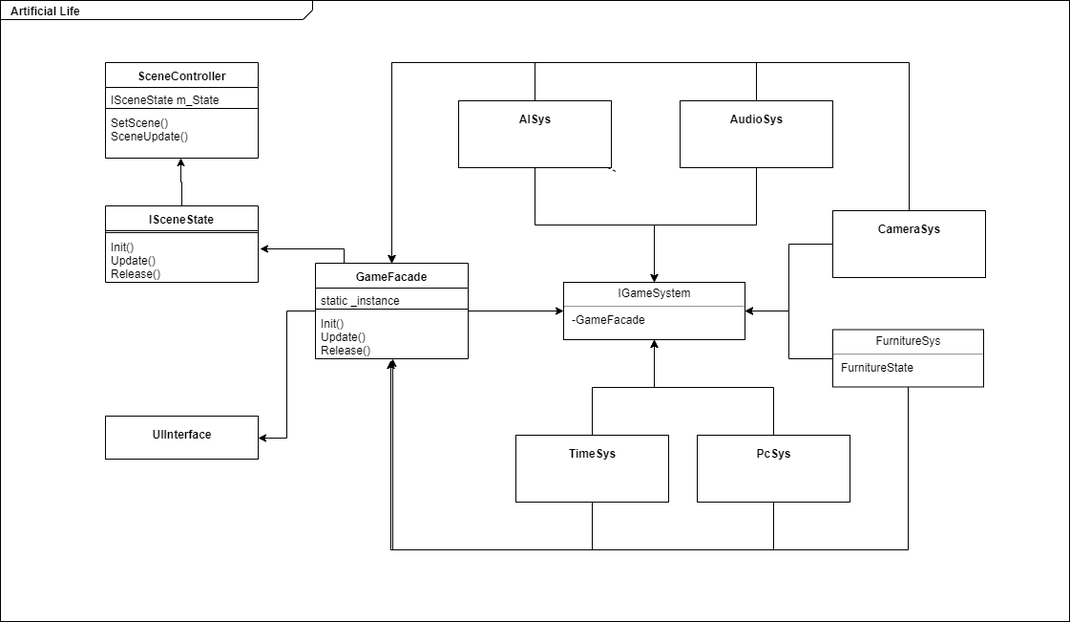
Above: Demo_Room_UML.png in iamlivehaha/Artificial-Life (draw.io), before the change. Source tidied: cells renumbered, new cells last; positions are measured from the earlier drawing's top-left corner, leaving out a move shared by most shapes. Source of this version:
```xml
<mxGraphModel>
  <root>
    <mxCell id="0" style="html=1;" />
    <mxCell id="1" style="html=1;" parent="0" />
    <mxCell id="2" value="&lt;p style=&quot;margin: 0px ; margin-top: 4px ; margin-left: 10px ; text-align: left&quot;&gt;&lt;b&gt;Artificial Life&lt;/b&gt;&lt;/p&gt;" style="html=1;strokeWidth=1;shape=mxgraph.sysml.package;html=1;overflow=fill;whiteSpace=wrap;fillColor=none;gradientColor=none;fontSize=12;align=center;labelX=327.64;" parent="1" vertex="1">
      <mxGeometry width="1120" height="650" as="geometry" />
    </mxCell>
    <mxCell id="3" value="&lt;p&gt;UIInterface&lt;/p&gt;" style="shape=rect;html=1;overflow=fill;whiteSpace=wrap;align=center;fontStyle=1;" parent="1" vertex="1">
      <mxGeometry x="110" y="435" width="160" height="45" as="geometry" />
    </mxCell>
    <mxCell id="4" style="edgeStyle=orthogonalEdgeStyle;rounded=0;jettySize=auto;html=1;entryX=0.494;entryY=1.038;entryDx=0;entryDy=0;entryPerimeter=0;" parent="1" edge="1" source="6" target="30">
      <mxGeometry relative="1" as="geometry">
        <Array as="points">
          <mxPoint x="810" y="575" />
          <mxPoint x="409" y="575" />
        </Array>
      </mxGeometry>
    </mxCell>
    <mxCell id="5" style="edgeStyle=orthogonalEdgeStyle;rounded=0;jettySize=auto;html=1;entryX=0.5;entryY=1;entryDx=0;entryDy=0;" parent="1" edge="1" source="6" target="11">
      <mxGeometry relative="1" as="geometry" />
    </mxCell>
    <mxCell id="6" value="&lt;p&gt;PcSys&lt;/p&gt;" style="shape=rect;html=1;overflow=fill;whiteSpace=wrap;align=center;fontStyle=1;" parent="1" vertex="1">
      <mxGeometry x="730" y="455" width="160" height="70" as="geometry" />
    </mxCell>
    <mxCell id="7" style="edgeStyle=none;rounded=0;html=1;dashed=1;endArrow=none;endFill=0;jettySize=auto;" parent="1" edge="1" source="10">
      <mxGeometry relative="1" as="geometry">
        <mxPoint x="647" y="180" as="targetPoint" />
      </mxGeometry>
    </mxCell>
    <mxCell id="8" style="edgeStyle=orthogonalEdgeStyle;rounded=0;jettySize=auto;html=1;entryX=0.5;entryY=0;entryDx=0;entryDy=0;" parent="1" edge="1" source="10" target="27">
      <mxGeometry relative="1" as="geometry">
        <Array as="points">
          <mxPoint x="560" y="65" />
          <mxPoint x="410" y="65" />
        </Array>
      </mxGeometry>
    </mxCell>
    <mxCell id="9" style="edgeStyle=orthogonalEdgeStyle;rounded=0;jettySize=auto;html=1;entryX=0.5;entryY=0;entryDx=0;entryDy=0;" parent="1" edge="1" source="10" target="11">
      <mxGeometry relative="1" as="geometry" />
    </mxCell>
    <mxCell id="10" value="&lt;p&gt;AISys&lt;/p&gt;" style="shape=rect;html=1;overflow=fill;whiteSpace=wrap;align=center;fontStyle=1;" parent="1" vertex="1">
      <mxGeometry x="480" y="105" width="160" height="70" as="geometry" />
    </mxCell>
    <mxCell id="11" value="&lt;p style=&quot;margin: 0px ; margin-top: 4px ; text-align: center&quot;&gt;IGameSystem&lt;/p&gt;&lt;hr&gt;&lt;p style=&quot;margin: 0px ; margin-left: 8px ; text-align: left&quot;&gt;-GameFacade&lt;/p&gt;" style="shape=rect;html=1;overflow=fill;whiteSpace=wrap;" parent="1" vertex="1">
      <mxGeometry x="590" y="295" width="190" height="60" as="geometry" />
    </mxCell>
    <mxCell id="12" style="edgeStyle=orthogonalEdgeStyle;rounded=0;jettySize=auto;html=1;entryX=0.5;entryY=0;entryDx=0;entryDy=0;" parent="1" edge="1" source="14" target="27">
      <mxGeometry relative="1" as="geometry">
        <Array as="points">
          <mxPoint x="792" y="65" />
          <mxPoint x="410" y="65" />
        </Array>
      </mxGeometry>
    </mxCell>
    <mxCell id="13" style="edgeStyle=orthogonalEdgeStyle;rounded=0;jettySize=auto;html=1;entryX=0.5;entryY=0;entryDx=0;entryDy=0;" parent="1" edge="1" source="14" target="11">
      <mxGeometry relative="1" as="geometry" />
    </mxCell>
    <mxCell id="14" value="&lt;p&gt;AudioSys&lt;/p&gt;" style="shape=rect;html=1;overflow=fill;whiteSpace=wrap;align=center;fontStyle=1;" parent="1" vertex="1">
      <mxGeometry x="712" y="105" width="160" height="70" as="geometry" />
    </mxCell>
    <mxCell id="15" style="edgeStyle=orthogonalEdgeStyle;rounded=0;jettySize=auto;html=1;entryX=0.5;entryY=0;entryDx=0;entryDy=0;" parent="1" edge="1" source="17" target="27">
      <mxGeometry relative="1" as="geometry">
        <Array as="points">
          <mxPoint x="952" y="65" />
          <mxPoint x="410" y="65" />
        </Array>
      </mxGeometry>
    </mxCell>
    <mxCell id="16" style="edgeStyle=orthogonalEdgeStyle;rounded=0;jettySize=auto;html=1;entryX=1;entryY=0.5;entryDx=0;entryDy=0;" parent="1" edge="1" source="17" target="11">
      <mxGeometry relative="1" as="geometry" />
    </mxCell>
    <mxCell id="17" value="&lt;p&gt;CameraSys&lt;/p&gt;" style="shape=rect;html=1;overflow=fill;whiteSpace=wrap;align=center;fontStyle=1;" parent="1" vertex="1">
      <mxGeometry x="872" y="220" width="160" height="70" as="geometry" />
    </mxCell>
    <mxCell id="18" style="edgeStyle=orthogonalEdgeStyle;rounded=0;jettySize=auto;html=1;entryX=0.494;entryY=1.038;entryDx=0;entryDy=0;entryPerimeter=0;" parent="1" edge="1" source="20" target="30">
      <mxGeometry relative="1" as="geometry">
        <Array as="points">
          <mxPoint x="620" y="575" />
          <mxPoint x="409" y="575" />
        </Array>
      </mxGeometry>
    </mxCell>
    <mxCell id="19" style="edgeStyle=orthogonalEdgeStyle;rounded=0;jettySize=auto;html=1;entryX=0.5;entryY=1;entryDx=0;entryDy=0;" parent="1" edge="1" source="20" target="11">
      <mxGeometry relative="1" as="geometry" />
    </mxCell>
    <mxCell id="20" value="&lt;p&gt;TimeSys&lt;/p&gt;" style="shape=rect;html=1;overflow=fill;whiteSpace=wrap;align=center;fontStyle=1;flipH=0;flipV=0;" parent="1" vertex="1">
      <mxGeometry x="540" y="455" width="160" height="70" as="geometry" />
    </mxCell>
    <mxCell id="21" style="edgeStyle=orthogonalEdgeStyle;rounded=0;jettySize=auto;html=1;entryX=0.506;entryY=1;entryDx=0;entryDy=0;entryPerimeter=0;" parent="1" edge="1" source="23" target="30">
      <mxGeometry relative="1" as="geometry">
        <Array as="points">
          <mxPoint x="951" y="575" />
          <mxPoint x="411" y="575" />
        </Array>
      </mxGeometry>
    </mxCell>
    <mxCell id="22" style="edgeStyle=orthogonalEdgeStyle;rounded=0;jettySize=auto;html=1;entryX=1;entryY=0.5;entryDx=0;entryDy=0;" parent="1" edge="1" source="23" target="11">
      <mxGeometry relative="1" as="geometry" />
    </mxCell>
    <mxCell id="23" value="&lt;p style=&quot;margin: 0px ; margin-top: 4px ; text-align: center&quot;&gt;FurnitureSys&lt;/p&gt;&lt;hr&gt;&lt;p style=&quot;margin: 0px ; margin-left: 8px ; text-align: left&quot;&gt;FurnitureState&lt;/p&gt;" style="shape=rect;html=1;overflow=fill;whiteSpace=wrap;" parent="1" vertex="1">
      <mxGeometry x="872" y="344.5" width="158" height="60" as="geometry" />
    </mxCell>
    <mxCell id="24" style="edgeStyle=orthogonalEdgeStyle;rounded=0;jettySize=auto;html=1;entryX=0;entryY=0.5;entryDx=0;entryDy=0;" parent="1" edge="1" source="27" target="11">
      <mxGeometry relative="1" as="geometry" />
    </mxCell>
    <mxCell id="25" style="edgeStyle=orthogonalEdgeStyle;rounded=0;jettySize=auto;html=1;entryX=1;entryY=0.5;entryDx=0;entryDy=0;" parent="1" edge="1" source="27" target="3">
      <mxGeometry relative="1" as="geometry" />
    </mxCell>
    <mxCell id="26" style="edgeStyle=orthogonalEdgeStyle;rounded=0;jettySize=auto;html=1;entryX=1.013;entryY=0.3;entryDx=0;entryDy=0;entryPerimeter=0;" parent="1" edge="1" source="27" target="38">
      <mxGeometry relative="1" as="geometry">
        <Array as="points">
          <mxPoint x="360" y="260" />
        </Array>
      </mxGeometry>
    </mxCell>
    <mxCell id="27" value="GameFacade" style="swimlane;fontStyle=1;align=center;verticalAlign=top;horizontal=1;startSize=26;" parent="1" vertex="1">
      <mxGeometry x="330" y="275" width="160" height="100" as="geometry" />
    </mxCell>
    <mxCell id="28" value="static _instance" style="text;strokeColor=none;fillColor=none;align=left;verticalAlign=top;spacingLeft=4;spacingRight=4;overflow=hidden;" parent="27" vertex="1">
      <mxGeometry y="26" width="160" height="20" as="geometry" />
    </mxCell>
    <mxCell id="29" style="line;strokeWidth=1;fillColor=none;align=left;verticalAlign=middle;spacingTop=-1;spacingLeft=3;spacingRight=3;labelPosition=right;flipH=0;flipV=1;" parent="27" vertex="1">
      <mxGeometry y="46" width="160" height="4" as="geometry" />
    </mxCell>
    <mxCell id="30" value="Init()&#10;Update()&#10;Release()" style="text;strokeColor=none;fillColor=none;align=left;verticalAlign=top;spacingLeft=4;spacingRight=4;overflow=hidden;points=[[0,0.5],[1,0.5]];portConstraint=eastwest;" parent="27" vertex="1">
      <mxGeometry y="50" width="160" height="50" as="geometry" />
    </mxCell>
    <mxCell id="31" value="SceneController" style="swimlane;fontStyle=1;align=center;verticalAlign=top;horizontal=1;startSize=26;" parent="1" vertex="1">
      <mxGeometry x="110" y="65" width="160" height="100" as="geometry" />
    </mxCell>
    <mxCell id="32" value="ISceneState m_State" style="text;strokeColor=none;fillColor=none;align=left;verticalAlign=top;spacingLeft=4;spacingRight=4;overflow=hidden;" parent="31" vertex="1">
      <mxGeometry y="26" width="160" height="20" as="geometry" />
    </mxCell>
    <mxCell id="33" style="line;strokeWidth=1;fillColor=none;align=left;verticalAlign=middle;spacingTop=-1;spacingLeft=3;spacingRight=3;labelPosition=right;flipH=0;flipV=1;" parent="31" vertex="1">
      <mxGeometry y="46" width="160" height="4" as="geometry" />
    </mxCell>
    <mxCell id="34" value="SetScene()&#10;SceneUpdate()" style="text;strokeColor=none;fillColor=none;align=left;verticalAlign=top;spacingLeft=4;spacingRight=4;overflow=hidden;points=[[0,0.5],[1,0.5]];portConstraint=eastwest;" parent="31" vertex="1">
      <mxGeometry y="50" width="160" height="50" as="geometry" />
    </mxCell>
    <mxCell id="35" style="edgeStyle=orthogonalEdgeStyle;rounded=0;jettySize=auto;html=1;entryX=0.494;entryY=1;entryDx=0;entryDy=0;entryPerimeter=0;" parent="1" edge="1" source="36" target="34">
      <mxGeometry relative="1" as="geometry" />
    </mxCell>
    <mxCell id="36" value="ISceneState" style="swimlane;fontStyle=1;align=center;verticalAlign=top;horizontal=1;startSize=26;" parent="1" vertex="1">
      <mxGeometry x="110" y="215" width="160" height="80" as="geometry" />
    </mxCell>
    <mxCell id="37" style="line;strokeWidth=1;fillColor=none;align=left;verticalAlign=middle;spacingTop=-1;spacingLeft=3;spacingRight=3;labelPosition=right;flipH=0;flipV=1;" parent="36" vertex="1">
      <mxGeometry y="26" width="160" height="4" as="geometry" />
    </mxCell>
    <mxCell id="38" value="Init()&#10;Update()&#10;Release()" style="text;strokeColor=none;fillColor=none;align=left;verticalAlign=top;spacingLeft=4;spacingRight=4;overflow=hidden;points=[[0,0.5],[1,0.5]];portConstraint=eastwest;" parent="36" vertex="1">
      <mxGeometry y="30" width="160" height="50" as="geometry" />
    </mxCell>
  </root>
</mxGraphModel>
```
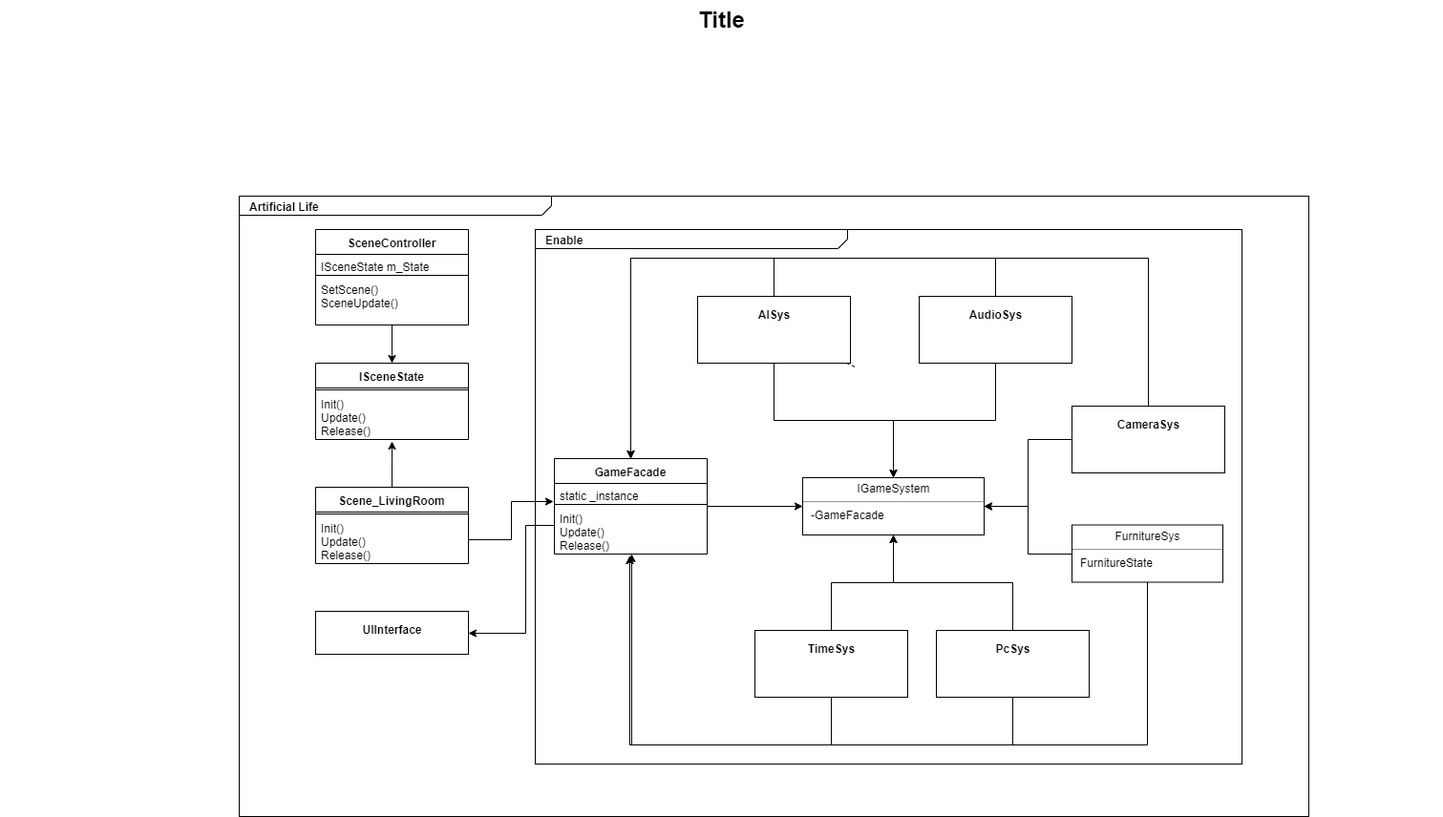
After the change.

What changed in the source:
```diff
@@ -2,11 +2,14 @@
   <root>
     <mxCell id="0" style="html=1;" />
     <mxCell id="1" style="html=1;" parent="0" />
+    <mxCell id="39" value="&lt;p style=&quot;margin: 0px ; margin-top: 4px ; margin-left: 10px ; text-align: left&quot;&gt;&lt;b style=&quot;line-height: 90%&quot;&gt;Enable&lt;/b&gt;&lt;/p&gt;" style="html=1;strokeWidth=1;shape=mxgraph.sysml.package;html=1;overflow=fill;whiteSpace=wrap;fillColor=none;gradientColor=none;fontSize=12;align=center;labelX=327.64;" parent="1" vertex="1">
+      <mxGeometry x="310" y="35" width="740" height="560" as="geometry" />
+    </mxCell>
     <mxCell id="2" value="&lt;p style=&quot;margin: 0px ; margin-top: 4px ; margin-left: 10px ; text-align: left&quot;&gt;&lt;b&gt;Artificial Life&lt;/b&gt;&lt;/p&gt;" style="html=1;strokeWidth=1;shape=mxgraph.sysml.package;html=1;overflow=fill;whiteSpace=wrap;fillColor=none;gradientColor=none;fontSize=12;align=center;labelX=327.64;" parent="1" vertex="1">
       <mxGeometry width="1120" height="650" as="geometry" />
     </mxCell>
     <mxCell id="3" value="&lt;p&gt;UIInterface&lt;/p&gt;" style="shape=rect;html=1;overflow=fill;whiteSpace=wrap;align=center;fontStyle=1;" parent="1" vertex="1">
-      <mxGeometry x="110" y="435" width="160" height="45" as="geometry" />
+      <mxGeometry x="80" y="435" width="160" height="45" as="geometry" />
     </mxCell>
     <mxCell id="4" style="edgeStyle=orthogonalEdgeStyle;rounded=0;jettySize=auto;html=1;entryX=0.494;entryY=1.038;entryDx=0;entryDy=0;entryPerimeter=0;" parent="1" edge="1" source="6" target="30">
       <mxGeometry relative="1" as="geometry">
@@ -41,6 +44,9 @@
     <mxCell id="10" value="&lt;p&gt;AISys&lt;/p&gt;" style="shape=rect;html=1;overflow=fill;whiteSpace=wrap;align=center;fontStyle=1;" parent="1" vertex="1">
       <mxGeometry x="480" y="105" width="160" height="70" as="geometry" />
     </mxCell>
+    <mxCell id="40" value="Title" style="text;strokeColor=none;fillColor=none;html=1;fontSize=24;fontStyle=1;verticalAlign=middle;align=center;" parent="1" vertex="1">
+      <mxGeometry x="-250" y="-205" width="1510" height="40" as="geometry" />
+    </mxCell>
     <mxCell id="11" value="&lt;p style=&quot;margin: 0px ; margin-top: 4px ; text-align: center&quot;&gt;IGameSystem&lt;/p&gt;&lt;hr&gt;&lt;p style=&quot;margin: 0px ; margin-left: 8px ; text-align: left&quot;&gt;-GameFacade&lt;/p&gt;" style="shape=rect;html=1;overflow=fill;whiteSpace=wrap;" parent="1" vertex="1">
       <mxGeometry x="590" y="295" width="190" height="60" as="geometry" />
     </mxCell>
@@ -104,15 +110,13 @@
       <mxGeometry relative="1" as="geometry" />
     </mxCell>
     <mxCell id="25" style="edgeStyle=orthogonalEdgeStyle;rounded=0;jettySize=auto;html=1;entryX=1;entryY=0.5;entryDx=0;entryDy=0;" parent="1" edge="1" source="27" target="3">
-      <mxGeometry relative="1" as="geometry" />
+      <mxGeometry relative="1" as="geometry">
+        <Array as="points">
+          <mxPoint x="300" y="345" />
+          <mxPoint x="300" y="458" />
+        </Array>
+      </mxGeometry>
     </mxCell>
-    <mxCell id="26" style="edgeStyle=orthogonalEdgeStyle;rounded=0;jettySize=auto;html=1;entryX=1.013;entryY=0.3;entryDx=0;entryDy=0;entryPerimeter=0;" parent="1" edge="1" source="27" target="38">
-      <mxGeometry relative="1" as="geometry">
-        <Array as="points">
-          <mxPoint x="360" y="260" />
-        </Array>
-      </mxGeometry>
-    </mxCell>
     <mxCell id="27" value="GameFacade" style="swimlane;fontStyle=1;align=center;verticalAlign=top;horizontal=1;startSize=26;" parent="1" vertex="1">
       <mxGeometry x="330" y="275" width="160" height="100" as="geometry" />
     </mxCell>
@@ -125,8 +129,11 @@
     <mxCell id="30" value="Init()&#10;Update()&#10;Release()" style="text;strokeColor=none;fillColor=none;align=left;verticalAlign=top;spacingLeft=4;spacingRight=4;overflow=hidden;points=[[0,0.5],[1,0.5]];portConstraint=eastwest;" parent="27" vertex="1">
       <mxGeometry y="50" width="160" height="50" as="geometry" />
     </mxCell>
+    <mxCell id="41" style="edgeStyle=orthogonalEdgeStyle;rounded=0;jettySize=auto;html=1;entryX=0.5;entryY=0;entryDx=0;entryDy=0;" parent="1" edge="1" source="31" target="36">
+      <mxGeometry relative="1" as="geometry" />
+    </mxCell>
     <mxCell id="31" value="SceneController" style="swimlane;fontStyle=1;align=center;verticalAlign=top;horizontal=1;startSize=26;" parent="1" vertex="1">
-      <mxGeometry x="110" y="65" width="160" height="100" as="geometry" />
+      <mxGeometry x="80" y="35" width="160" height="100" as="geometry" />
     </mxCell>
     <mxCell id="32" value="ISceneState m_State" style="text;strokeColor=none;fillColor=none;align=left;verticalAlign=top;spacingLeft=4;spacingRight=4;overflow=hidden;" parent="31" vertex="1">
       <mxGeometry y="26" width="160" height="20" as="geometry" />
@@ -137,11 +144,8 @@
     <mxCell id="34" value="SetScene()&#10;SceneUpdate()" style="text;strokeColor=none;fillColor=none;align=left;verticalAlign=top;spacingLeft=4;spacingRight=4;overflow=hidden;points=[[0,0.5],[1,0.5]];portConstraint=eastwest;" parent="31" vertex="1">
       <mxGeometry y="50" width="160" height="50" as="geometry" />
     </mxCell>
-    <mxCell id="35" style="edgeStyle=orthogonalEdgeStyle;rounded=0;jettySize=auto;html=1;entryX=0.494;entryY=1;entryDx=0;entryDy=0;entryPerimeter=0;" parent="1" edge="1" source="36" target="34">
-      <mxGeometry relative="1" as="geometry" />
-    </mxCell>
     <mxCell id="36" value="ISceneState" style="swimlane;fontStyle=1;align=center;verticalAlign=top;horizontal=1;startSize=26;" parent="1" vertex="1">
-      <mxGeometry x="110" y="215" width="160" height="80" as="geometry" />
+      <mxGeometry x="80" y="175" width="160" height="80" as="geometry" />
     </mxCell>
     <mxCell id="37" style="line;strokeWidth=1;fillColor=none;align=left;verticalAlign=middle;spacingTop=-1;spacingLeft=3;spacingRight=3;labelPosition=right;flipH=0;flipV=1;" parent="36" vertex="1">
       <mxGeometry y="26" width="160" height="4" as="geometry" />
@@ -149,5 +153,25 @@
     <mxCell id="38" value="Init()&#10;Update()&#10;Release()" style="text;strokeColor=none;fillColor=none;align=left;verticalAlign=top;spacingLeft=4;spacingRight=4;overflow=hidden;points=[[0,0.5],[1,0.5]];portConstraint=eastwest;" parent="36" vertex="1">
       <mxGeometry y="30" width="160" height="50" as="geometry" />
     </mxCell>
+    <mxCell id="42" style="edgeStyle=orthogonalEdgeStyle;rounded=0;jettySize=auto;html=1;entryX=0.5;entryY=1.04;entryDx=0;entryDy=0;entryPerimeter=0;" parent="1" edge="1" source="43" target="38">
+      <mxGeometry relative="1" as="geometry">
+        <Array as="points">
+          <mxPoint x="160" y="275" />
+          <mxPoint x="160" y="275" />
+        </Array>
+      </mxGeometry>
+    </mxCell>
+    <mxCell id="43" value="Scene_LivingRoom" style="swimlane;fontStyle=1;align=center;verticalAlign=top;horizontal=1;startSize=26;" parent="1" vertex="1">
+      <mxGeometry x="80" y="305" width="160" height="80" as="geometry" />
+    </mxCell>
+    <mxCell id="44" style="line;strokeWidth=1;fillColor=none;align=left;verticalAlign=middle;spacingTop=-1;spacingLeft=3;spacingRight=3;labelPosition=right;flipH=0;flipV=1;" parent="43" vertex="1">
+      <mxGeometry y="26" width="160" height="4" as="geometry" />
+    </mxCell>
+    <mxCell id="45" value="Init()&#10;Update()&#10;Release()" style="text;strokeColor=none;fillColor=none;align=left;verticalAlign=top;spacingLeft=4;spacingRight=4;overflow=hidden;points=[[0,0.5],[1,0.5]];portConstraint=eastwest;" parent="43" vertex="1">
+      <mxGeometry y="30" width="160" height="50" as="geometry" />
+    </mxCell>
+    <mxCell id="46" style="edgeStyle=orthogonalEdgeStyle;rounded=0;jettySize=auto;html=1;entryX=-0.006;entryY=-0.1;entryDx=0;entryDy=0;entryPerimeter=0;" parent="1" edge="1" source="45" target="30">
+      <mxGeometry relative="1" as="geometry" />
+    </mxCell>
   </root>
 </mxGraphModel>
```
